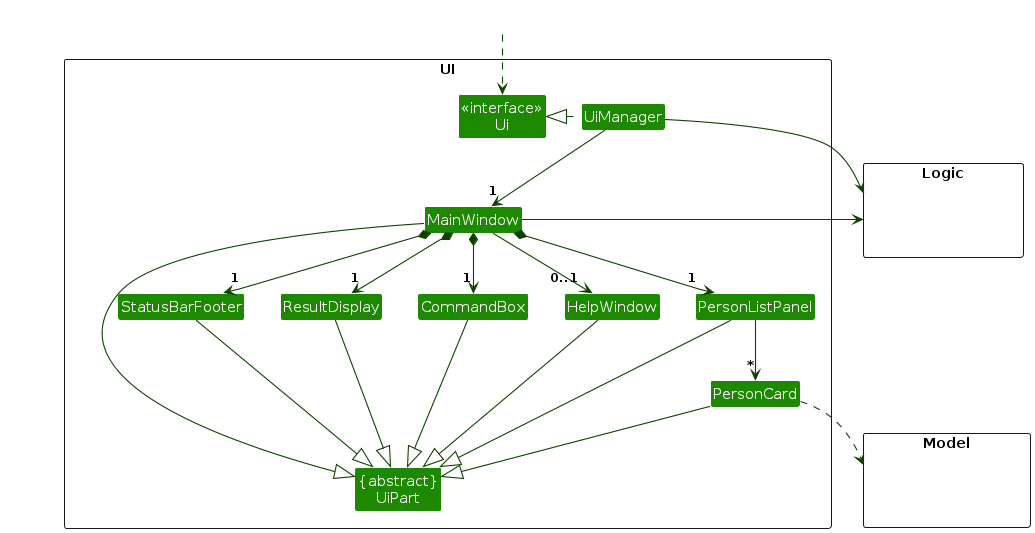
This is diagrams/UiClassDiagram.png from AY2627S1-CS2103T-F14-2/tp, a PlantUML export, as it was before one commit. Its source is kept beside it as diagrams/UiClassDiagram.puml. The source it was exported from:
```plantuml
@startuml
!include style.puml
skinparam arrowThickness 1.1
skinparam arrowColor UI_COLOR_T4
skinparam classBackgroundColor UI_COLOR

package UI <<Rectangle>>{
Class "<<interface>>\nUi" as Ui
Class "{abstract}\nUiPart" as UiPart
Class UiManager
Class MainWindow
Class HelpWindow
Class ResultDisplay
Class PersonListPanel
Class PersonCard
Class StatusBarFooter
Class CommandBox
}

package Model <<Rectangle>> {
Class HiddenModel #FFFFFF
}

package Logic <<Rectangle>> {
Class HiddenLogic #FFFFFF
}

Class HiddenOutside #FFFFFF
HiddenOutside ..> Ui

UiManager .left.|> Ui
UiManager -down-> "1" MainWindow
MainWindow *-down->  "1" CommandBox
MainWindow *-down-> "1" ResultDisplay
MainWindow *-down-> "1" PersonListPanel
MainWindow *-down-> "1" StatusBarFooter
MainWindow --> "0..1" HelpWindow

PersonListPanel -down-> "*" PersonCard

MainWindow -left-|> UiPart

ResultDisplay --|> UiPart
CommandBox --|> UiPart
PersonListPanel --|> UiPart
PersonCard --|> UiPart
StatusBarFooter --|> UiPart
HelpWindow --|> UiPart

PersonCard ..> Model
UiManager -right-> Logic
MainWindow -left-> Logic

PersonListPanel -[hidden]left- HelpWindow
HelpWindow -[hidden]left- CommandBox
CommandBox -[hidden]left- ResultDisplay
ResultDisplay -[hidden]left- StatusBarFooter

MainWindow -[hidden]-|> UiPart
@enduml
```
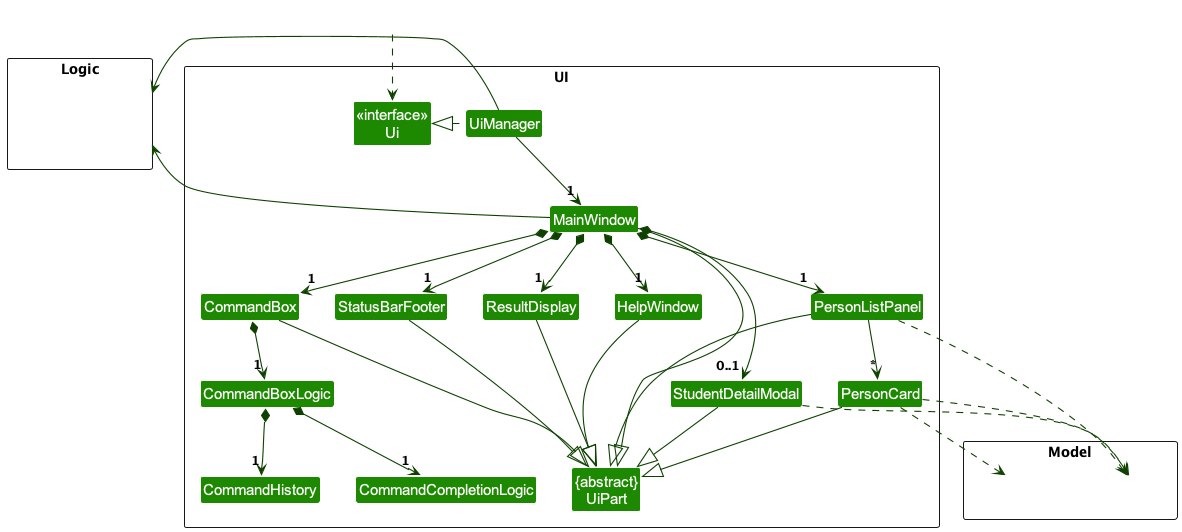
Later version of the same file.

The edit, as a diff of the source:
```diff
@@ -14,19 +14,24 @@
 Class PersonListPanel
 Class PersonCard
 Class StatusBarFooter
+Class StudentDetailModal
 Class CommandBox
+Class CommandBoxLogic
+Class CommandCompletionLogic
+Class CommandHistory
 }
 
 package Model <<Rectangle>> {
-Class HiddenModel #FFFFFF
+Class Person #FFFFFF
+Class StudentFields #FFFFFF
 }
 
 package Logic <<Rectangle>> {
-Class HiddenLogic #FFFFFF
+Class "<<interface>>\nLogic" as Logic #FFFFFF
 }
 
-Class HiddenOutside #FFFFFF
-HiddenOutside ..> Ui
+Class MainApp #FFFFFF
+MainApp ..> Ui
 
 UiManager .left.|> Ui
 UiManager -down-> "1" MainWindow
@@ -34,9 +39,18 @@
 MainWindow *-down-> "1" ResultDisplay
 MainWindow *-down-> "1" PersonListPanel
 MainWindow *-down-> "1" StatusBarFooter
-MainWindow --> "0..1" HelpWindow
+MainWindow *-down-> "1" HelpWindow
+MainWindow *-down-> "0..1" StudentDetailModal
 
 PersonListPanel -down-> "*" PersonCard
+PersonListPanel ..> Person
+PersonCard ..> Person
+PersonCard ..> StudentFields
+StudentDetailModal ..> Person
+
+CommandBox *-down-> "1" CommandBoxLogic
+CommandBoxLogic *-down-> "1" CommandHistory
+CommandBoxLogic *-down-> "1" CommandCompletionLogic
 
 MainWindow -left-|> UiPart
 
@@ -46,8 +60,8 @@
 PersonCard --|> UiPart
 StatusBarFooter --|> UiPart
 HelpWindow --|> UiPart
+StudentDetailModal --|> UiPart
 
-PersonCard ..> Model
 UiManager -right-> Logic
 MainWindow -left-> Logic
 
```
